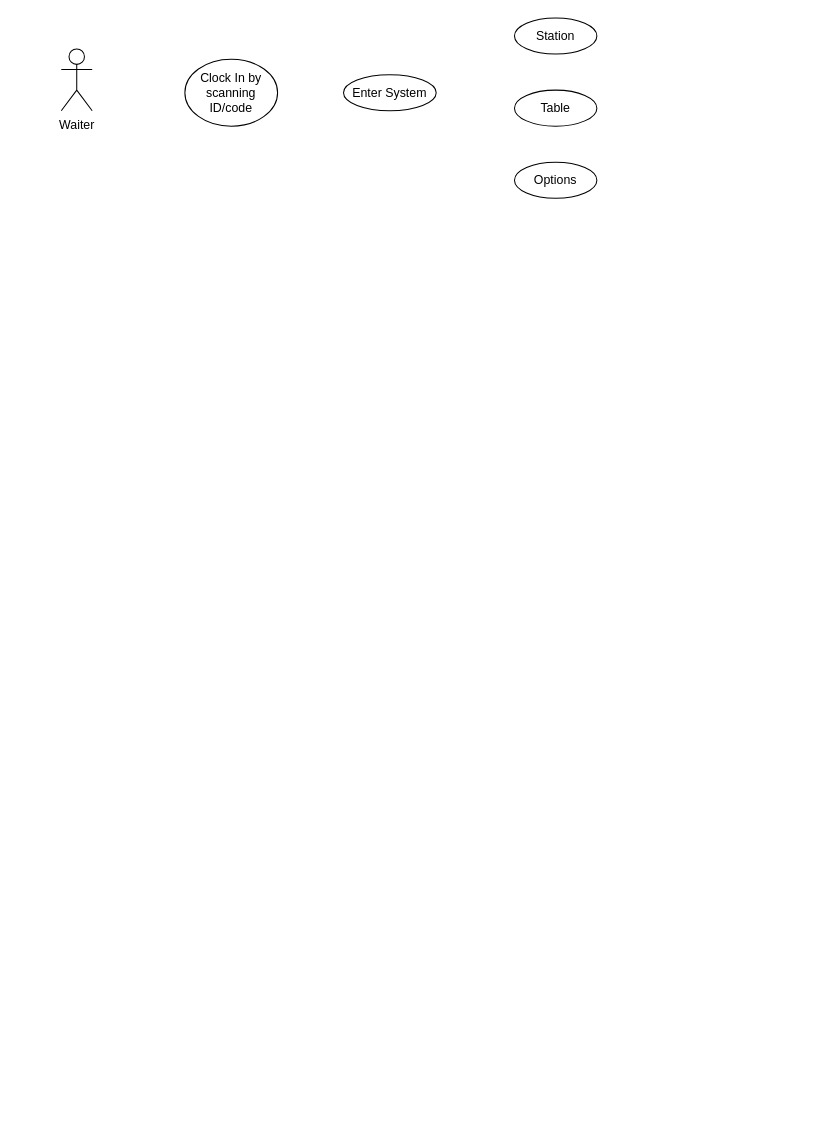
Above: POS Waiter.drawio in omar-mahin/omar-mahin (draw.io), before the change. Source tidied: cells renumbered, new cells numbered last; positions are measured from the earlier drawing's top-left corner, leaving out a move shared by most shapes. Both pictures are drawn from the tidied source at 103%, with x=0, y=0 at pixel (61, 18).
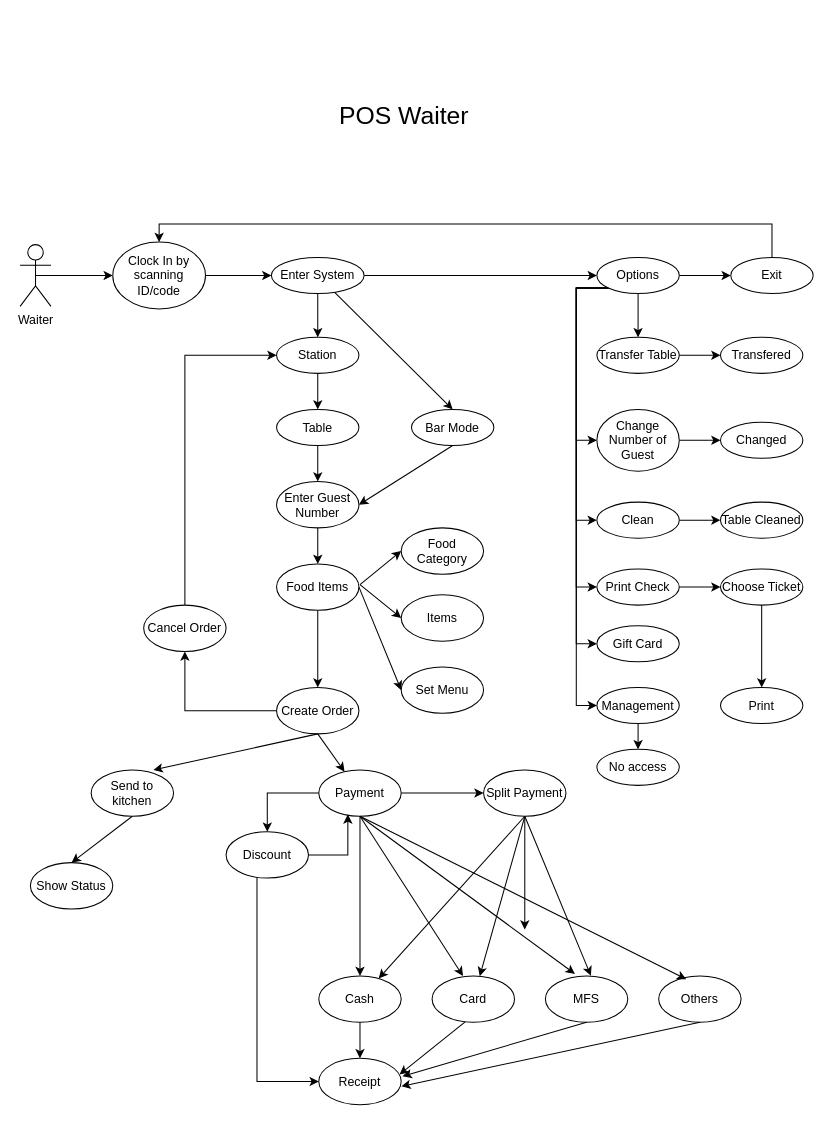
Above is the later version.

What changed in the source:
```diff
@@
+    <mxCell id="8" style="edgeStyle=orthogonalEdgeStyle;rounded=0;jettySize=auto;html=1;exitX=0.5;exitY=0.5;exitDx=0;exitDy=0;exitPerimeter=0;" parent="1" edge="1" source="2" target="3">
+      <mxGeometry relative="1" as="geometry" />
+    </mxCell>
     <mxCell id="2" value="Waiter" style="shape=umlActor;verticalLabelPosition=bottom;verticalAlign=top;html=1;outlineConnect=0;" parent="1" vertex="1">
-      <mxGeometry y="30" width="30" height="60" as="geometry" />
+      <mxGeometry x="-40" y="220" width="30" height="60" as="geometry" />
     </mxCell>
+    <mxCell id="9" style="edgeStyle=orthogonalEdgeStyle;rounded=0;jettySize=auto;html=1;" parent="1" edge="1" source="3" target="4">
+      <mxGeometry relative="1" as="geometry" />
+    </mxCell>
     <mxCell id="3" value="Clock In by scanning ID/code" style="ellipse;whiteSpace=wrap;html=1;" parent="1" vertex="1">
-      <mxGeometry x="120" y="40" width="90" height="65" as="geometry" />
+      <mxGeometry x="50" y="217.5" width="90" height="65" as="geometry" />
     </mxCell>
+    <mxCell id="10" style="edgeStyle=orthogonalEdgeStyle;rounded=0;jettySize=auto;html=1;entryX=0.5;entryY=0;entryDx=0;entryDy=0;" parent="1" edge="1" source="4" target="5">
+      <mxGeometry relative="1" as="geometry" />
+    </mxCell>
+    <mxCell id="11" style="edgeStyle=orthogonalEdgeStyle;rounded=0;jettySize=auto;html=1;entryX=0;entryY=0.5;entryDx=0;entryDy=0;" parent="1" edge="1" source="4" target="7">
+      <mxGeometry relative="1" as="geometry" />
+    </mxCell>
     <mxCell id="4" value="Enter System" style="ellipse;whiteSpace=wrap;html=1;" parent="1" vertex="1">
-      <mxGeometry x="274" y="55" width="90" height="35" as="geometry" />
+      <mxGeometry x="204" y="232.5" width="90" height="35" as="geometry" />
     </mxCell>
+    <mxCell id="12" style="edgeStyle=orthogonalEdgeStyle;rounded=0;jettySize=auto;html=1;entryX=0.5;entryY=0;entryDx=0;entryDy=0;" parent="1" edge="1" source="5" target="6">
+      <mxGeometry relative="1" as="geometry" />
+    </mxCell>
     <mxCell id="5" value="Station" style="ellipse;whiteSpace=wrap;html=1;" parent="1" vertex="1">
-      <mxGeometry x="440" width="80" height="35" as="geometry" />
+      <mxGeometry x="209" y="310" width="80" height="35" as="geometry" />
     </mxCell>
+    <mxCell id="13" style="edgeStyle=orthogonalEdgeStyle;rounded=0;jettySize=auto;html=1;entryX=0.5;entryY=0;entryDx=0;entryDy=0;" parent="1" edge="1" source="6" target="23">
+      <mxGeometry relative="1" as="geometry" />
+    </mxCell>
     <mxCell id="6" value="Table" style="ellipse;whiteSpace=wrap;html=1;" parent="1" vertex="1">
-      <mxGeometry x="440" y="70" width="80" height="35" as="geometry" />
+      <mxGeometry x="209" y="380" width="80" height="35" as="geometry" />
     </mxCell>
+    <mxCell id="14" style="edgeStyle=orthogonalEdgeStyle;rounded=0;jettySize=auto;html=1;" parent="1" edge="1" source="7" target="54">
+      <mxGeometry relative="1" as="geometry" />
+    </mxCell>
+    <mxCell id="15" style="edgeStyle=orthogonalEdgeStyle;rounded=0;jettySize=auto;html=1;" parent="1" edge="1" source="7" target="43">
+      <mxGeometry relative="1" as="geometry" />
+    </mxCell>
+    <mxCell id="16" style="edgeStyle=orthogonalEdgeStyle;rounded=0;jettySize=auto;html=1;exitX=0;exitY=1;exitDx=0;exitDy=0;entryX=0;entryY=0.5;entryDx=0;entryDy=0;" parent="1" edge="1" source="7" target="47">
+      <mxGeometry relative="1" as="geometry">
+        <Array as="points">
+          <mxPoint x="500" y="262" />
+          <mxPoint x="500" y="487" />
+        </Array>
+      </mxGeometry>
+    </mxCell>
+    <mxCell id="17" style="edgeStyle=orthogonalEdgeStyle;rounded=0;jettySize=auto;html=1;exitX=0;exitY=1;exitDx=0;exitDy=0;entryX=0;entryY=0.5;entryDx=0;entryDy=0;" parent="1" edge="1" source="7" target="49">
+      <mxGeometry relative="1" as="geometry">
+        <Array as="points">
+          <mxPoint x="500" y="262" />
+          <mxPoint x="500" y="553" />
+        </Array>
+      </mxGeometry>
+    </mxCell>
+    <mxCell id="18" style="edgeStyle=orthogonalEdgeStyle;rounded=0;jettySize=auto;html=1;exitX=0;exitY=1;exitDx=0;exitDy=0;entryX=0;entryY=0.5;entryDx=0;entryDy=0;" parent="1" edge="1" source="7" target="50">
+      <mxGeometry relative="1" as="geometry">
+        <Array as="points">
+          <mxPoint x="500" y="262" />
+          <mxPoint x="500" y="608" />
+        </Array>
+      </mxGeometry>
+    </mxCell>
+    <mxCell id="19" style="edgeStyle=orthogonalEdgeStyle;rounded=0;jettySize=auto;html=1;exitX=0;exitY=1;exitDx=0;exitDy=0;entryX=0;entryY=0.5;entryDx=0;entryDy=0;" parent="1" edge="1" source="7" target="52">
+      <mxGeometry relative="1" as="geometry">
+        <Array as="points">
+          <mxPoint x="500" y="262" />
+          <mxPoint x="500" y="668" />
+        </Array>
+      </mxGeometry>
+    </mxCell>
     <mxCell id="7" value="Options" style="ellipse;whiteSpace=wrap;html=1;" parent="1" vertex="1">
-      <mxGeometry x="440" y="140" width="80" height="35" as="geometry" />
+      <mxGeometry x="520" y="232.5" width="80" height="35" as="geometry" />
     </mxCell>
+    <mxCell id="20" style="edgeStyle=orthogonalEdgeStyle;rounded=0;jettySize=auto;html=1;entryX=0.5;entryY=0;entryDx=0;entryDy=0;" parent="1" edge="1" source="21" target="28">
+      <mxGeometry relative="1" as="geometry" />
+    </mxCell>
+    <mxCell id="21" value="Food Items" style="ellipse;whiteSpace=wrap;html=1;" parent="1" vertex="1">
+      <mxGeometry x="209" y="530" width="80" height="45" as="geometry" />
+    </mxCell>
+    <mxCell id="22" style="edgeStyle=orthogonalEdgeStyle;rounded=0;jettySize=auto;html=1;entryX=0.5;entryY=0;entryDx=0;entryDy=0;" parent="1" edge="1" source="23" target="21">
+      <mxGeometry relative="1" as="geometry" />
+    </mxCell>
+    <mxCell id="23" value="Enter Guest Number" style="ellipse;whiteSpace=wrap;html=1;" parent="1" vertex="1">
+      <mxGeometry x="209" y="450" width="80" height="45" as="geometry" />
+    </mxCell>
+    <mxCell id="24" value="Food Category" style="ellipse;whiteSpace=wrap;html=1;" parent="1" vertex="1">
+      <mxGeometry x="330" y="495" width="80" height="45" as="geometry" />
+    </mxCell>
+    <mxCell id="25" value="Items" style="ellipse;whiteSpace=wrap;html=1;" parent="1" vertex="1">
+      <mxGeometry x="330" y="560" width="80" height="45" as="geometry" />
+    </mxCell>
+    <mxCell id="26" value="Set Menu" style="ellipse;whiteSpace=wrap;html=1;" parent="1" vertex="1">
+      <mxGeometry x="330" y="630" width="80" height="45" as="geometry" />
+    </mxCell>
+    <mxCell id="27" style="edgeStyle=orthogonalEdgeStyle;rounded=0;jettySize=auto;html=1;entryX=0.5;entryY=1;entryDx=0;entryDy=0;" parent="1" edge="1" source="28" target="84">
+      <mxGeometry relative="1" as="geometry" />
+    </mxCell>
+    <mxCell id="28" value="Create Order" style="ellipse;whiteSpace=wrap;html=1;" parent="1" vertex="1">
+      <mxGeometry x="209" y="650" width="80" height="45" as="geometry" />
+    </mxCell>
+    <mxCell id="29" value="Send to kitchen" style="ellipse;whiteSpace=wrap;html=1;" parent="1" vertex="1">
+      <mxGeometry x="29" y="730" width="80" height="45" as="geometry" />
+    </mxCell>
+    <mxCell id="30" style="edgeStyle=orthogonalEdgeStyle;rounded=0;jettySize=auto;html=1;" parent="1" edge="1" source="33" target="40">
+      <mxGeometry relative="1" as="geometry" />
+    </mxCell>
+    <mxCell id="31" style="edgeStyle=orthogonalEdgeStyle;rounded=0;jettySize=auto;html=1;entryX=0.5;entryY=0;entryDx=0;entryDy=0;" parent="1" edge="1" source="33" target="35">
+      <mxGeometry relative="1" as="geometry" />
+    </mxCell>
+    <mxCell id="32" style="edgeStyle=orthogonalEdgeStyle;rounded=0;jettySize=auto;html=1;entryX=0.5;entryY=0;entryDx=0;entryDy=0;" parent="1" edge="1" source="33" target="86">
+      <mxGeometry relative="1" as="geometry" />
+    </mxCell>
+    <mxCell id="33" value="Payment" style="ellipse;whiteSpace=wrap;html=1;" parent="1" vertex="1">
+      <mxGeometry x="250" y="730" width="80" height="45" as="geometry" />
+    </mxCell>
+    <mxCell id="34" style="edgeStyle=orthogonalEdgeStyle;rounded=0;jettySize=auto;html=1;" parent="1" edge="1" source="35" target="39">
+      <mxGeometry relative="1" as="geometry" />
+    </mxCell>
+    <mxCell id="35" value="Cash" style="ellipse;whiteSpace=wrap;html=1;" parent="1" vertex="1">
+      <mxGeometry x="250" y="930" width="80" height="45" as="geometry" />
+    </mxCell>
+    <mxCell id="36" value="Card" style="ellipse;whiteSpace=wrap;html=1;" parent="1" vertex="1">
+      <mxGeometry x="360" y="930" width="80" height="45" as="geometry" />
+    </mxCell>
+    <mxCell id="37" value="MFS" style="ellipse;whiteSpace=wrap;html=1;" parent="1" vertex="1">
+      <mxGeometry x="470" y="930" width="80" height="45" as="geometry" />
+    </mxCell>
+    <mxCell id="38" value="Others" style="ellipse;whiteSpace=wrap;html=1;" parent="1" vertex="1">
+      <mxGeometry x="580" y="930" width="80" height="45" as="geometry" />
+    </mxCell>
+    <mxCell id="39" value="Receipt" style="ellipse;whiteSpace=wrap;html=1;" parent="1" vertex="1">
+      <mxGeometry x="250" y="1010" width="80" height="45" as="geometry" />
+    </mxCell>
+    <mxCell id="40" value="Split Payment" style="ellipse;whiteSpace=wrap;html=1;" parent="1" vertex="1">
+      <mxGeometry x="410" y="730" width="80" height="45" as="geometry" />
+    </mxCell>
+    <mxCell id="41" value="Bar Mode" style="ellipse;whiteSpace=wrap;html=1;" parent="1" vertex="1">
+      <mxGeometry x="340" y="380" width="80" height="35" as="geometry" />
+    </mxCell>
+    <mxCell id="42" style="edgeStyle=orthogonalEdgeStyle;rounded=0;jettySize=auto;html=1;exitX=1;exitY=0.5;exitDx=0;exitDy=0;entryX=0;entryY=0.5;entryDx=0;entryDy=0;" parent="1" edge="1" source="43" target="55">
+      <mxGeometry relative="1" as="geometry" />
+    </mxCell>
+    <mxCell id="43" value="Transfer Table" style="ellipse;whiteSpace=wrap;html=1;" parent="1" vertex="1">
+      <mxGeometry x="520" y="310" width="80" height="35" as="geometry" />
+    </mxCell>
+    <mxCell id="44" style="edgeStyle=orthogonalEdgeStyle;rounded=0;jettySize=auto;html=1;" parent="1" edge="1" source="45" target="56">
+      <mxGeometry relative="1" as="geometry" />
+    </mxCell>
+    <mxCell id="45" value="Change Number of Guest" style="ellipse;whiteSpace=wrap;html=1;" parent="1" vertex="1">
+      <mxGeometry x="520" y="380" width="80" height="60" as="geometry" />
+    </mxCell>
+    <mxCell id="46" style="edgeStyle=orthogonalEdgeStyle;rounded=0;jettySize=auto;html=1;entryX=0;entryY=0.5;entryDx=0;entryDy=0;" parent="1" edge="1" source="47" target="57">
+      <mxGeometry relative="1" as="geometry" />
+    </mxCell>
+    <mxCell id="47" value="Clean" style="ellipse;whiteSpace=wrap;html=1;" parent="1" vertex="1">
+      <mxGeometry x="520" y="470" width="80" height="35" as="geometry" />
+    </mxCell>
+    <mxCell id="48" style="edgeStyle=orthogonalEdgeStyle;rounded=0;jettySize=auto;html=1;" parent="1" edge="1" source="49" target="59">
+      <mxGeometry relative="1" as="geometry" />
+    </mxCell>
+    <mxCell id="49" value="Print Check" style="ellipse;whiteSpace=wrap;html=1;" parent="1" vertex="1">
+      <mxGeometry x="520" y="535" width="80" height="35" as="geometry" />
+    </mxCell>
+    <mxCell id="50" value="Gift Card" style="ellipse;whiteSpace=wrap;html=1;" parent="1" vertex="1">
+      <mxGeometry x="520" y="590" width="80" height="35" as="geometry" />
+    </mxCell>
+    <mxCell id="51" style="edgeStyle=orthogonalEdgeStyle;rounded=0;jettySize=auto;html=1;" parent="1" edge="1" source="52" target="81">
+      <mxGeometry relative="1" as="geometry" />
+    </mxCell>
+    <mxCell id="52" value="Management" style="ellipse;whiteSpace=wrap;html=1;" parent="1" vertex="1">
+      <mxGeometry x="520" y="650" width="80" height="35" as="geometry" />
+    </mxCell>
+    <mxCell id="53" style="edgeStyle=orthogonalEdgeStyle;rounded=0;jettySize=auto;html=1;entryX=0.5;entryY=0;entryDx=0;entryDy=0;" parent="1" edge="1" source="54" target="3">
+      <mxGeometry relative="1" as="geometry">
+        <Array as="points">
+          <mxPoint x="690" y="200" />
+          <mxPoint x="95" y="200" />
+        </Array>
+      </mxGeometry>
+    </mxCell>
+    <mxCell id="54" value="Exit" style="ellipse;whiteSpace=wrap;html=1;" parent="1" vertex="1">
+      <mxGeometry x="650" y="232.5" width="80" height="35" as="geometry" />
+    </mxCell>
+    <mxCell id="55" value="Transfered" style="ellipse;whiteSpace=wrap;html=1;" parent="1" vertex="1">
+      <mxGeometry x="640" y="310" width="80" height="35" as="geometry" />
+    </mxCell>
+    <mxCell id="56" value="Changed" style="ellipse;whiteSpace=wrap;html=1;" parent="1" vertex="1">
+      <mxGeometry x="640" y="392.5" width="80" height="35" as="geometry" />
+    </mxCell>
+    <mxCell id="57" value="Table Cleaned" style="ellipse;whiteSpace=wrap;html=1;" parent="1" vertex="1">
+      <mxGeometry x="640" y="470" width="80" height="35" as="geometry" />
+    </mxCell>
+    <mxCell id="58" style="edgeStyle=orthogonalEdgeStyle;rounded=0;jettySize=auto;html=1;entryX=0.5;entryY=0;entryDx=0;entryDy=0;" parent="1" edge="1" source="59" target="60">
+      <mxGeometry relative="1" as="geometry" />
+    </mxCell>
+    <mxCell id="59" value="Choose Ticket" style="ellipse;whiteSpace=wrap;html=1;" parent="1" vertex="1">
+      <mxGeometry x="640" y="535" width="80" height="35" as="geometry" />
+    </mxCell>
+    <mxCell id="60" value="Print" style="ellipse;whiteSpace=wrap;html=1;" parent="1" vertex="1">
+      <mxGeometry x="640" y="650" width="80" height="35" as="geometry" />
+    </mxCell>
+    <mxCell id="61" style="endArrow=classic;html=1;rounded=0;entryX=0.5;entryY=0;entryDx=0;entryDy=0;" parent="1" edge="1" source="4" target="41">
+      <mxGeometry relative="1" as="geometry" />
+    </mxCell>
+    <mxCell id="62" style="endArrow=classic;html=1;rounded=0;entryX=1;entryY=0.5;entryDx=0;entryDy=0;exitX=0.5;exitY=1;exitDx=0;exitDy=0;" parent="1" edge="1" source="41" target="23">
+      <mxGeometry relative="1" as="geometry" />
+    </mxCell>
+    <mxCell id="63" style="endArrow=classic;html=1;rounded=0;entryX=0;entryY=0.5;entryDx=0;entryDy=0;" parent="1" edge="1" target="24">
+      <mxGeometry relative="1" as="geometry">
+        <mxPoint x="290" y="550" as="sourcePoint" />
+      </mxGeometry>
+    </mxCell>
+    <mxCell id="64" style="endArrow=classic;html=1;rounded=0;entryX=0;entryY=0.5;entryDx=0;entryDy=0;" parent="1" edge="1" target="25">
+      <mxGeometry relative="1" as="geometry">
+        <mxPoint x="290" y="550" as="sourcePoint" />
+      </mxGeometry>
+    </mxCell>
+    <mxCell id="65" style="endArrow=classic;html=1;rounded=0;exitX=1;exitY=0.5;exitDx=0;exitDy=0;entryX=0;entryY=0.5;entryDx=0;entryDy=0;" parent="1" edge="1" source="21" target="26">
+      <mxGeometry relative="1" as="geometry" />
+    </mxCell>
+    <mxCell id="66" style="endArrow=classic;html=1;rounded=0;exitX=0.5;exitY=1;exitDx=0;exitDy=0;entryX=0.757;entryY=0;entryDx=0;entryDy=0;entryPerimeter=0;" parent="1" edge="1" source="28" target="29">
+      <mxGeometry relative="1" as="geometry" />
+    </mxCell>
+    <mxCell id="67" style="endArrow=classic;html=1;rounded=0;exitX=0.5;exitY=1;exitDx=0;exitDy=0;" parent="1" edge="1" source="28" target="33">
+      <mxGeometry relative="1" as="geometry" />
+    </mxCell>
+    <mxCell id="68" style="endArrow=classic;html=1;rounded=0;exitX=0.5;exitY=1;exitDx=0;exitDy=0;entryX=0.375;entryY=0;entryDx=0;entryDy=0;entryPerimeter=0;" parent="1" edge="1" source="33" target="36">
+      <mxGeometry relative="1" as="geometry" />
+    </mxCell>
+    <mxCell id="69" style="endArrow=classic;html=1;rounded=0;exitX=0.5;exitY=1;exitDx=0;exitDy=0;entryX=0.359;entryY=-0.044;entryDx=0;entryDy=0;entryPerimeter=0;" parent="1" edge="1" source="33" target="37">
+      <mxGeometry relative="1" as="geometry" />
+    </mxCell>
+    <mxCell id="70" style="endArrow=classic;html=1;rounded=0;exitX=0.5;exitY=1;exitDx=0;exitDy=0;entryX=0.334;entryY=0.07;entryDx=0;entryDy=0;entryPerimeter=0;" parent="1" edge="1" source="33" target="38">
+      <mxGeometry relative="1" as="geometry" />
+    </mxCell>
+    <mxCell id="71" style="endArrow=classic;html=1;rounded=0;exitX=0.5;exitY=1;exitDx=0;exitDy=0;" parent="1" edge="1" source="40" target="35">
+      <mxGeometry relative="1" as="geometry" />
+    </mxCell>
+    <mxCell id="72" style="endArrow=classic;html=1;rounded=0;exitX=0.5;exitY=1;exitDx=0;exitDy=0;" parent="1" edge="1" source="40" target="36">
+      <mxGeometry relative="1" as="geometry" />
+    </mxCell>
+    <mxCell id="73" style="endArrow=classic;html=1;rounded=0;exitX=0.5;exitY=1;exitDx=0;exitDy=0;entryX=0.552;entryY=-0.006;entryDx=0;entryDy=0;entryPerimeter=0;" parent="1" edge="1" source="40" target="37">
+      <mxGeometry relative="1" as="geometry" />
+    </mxCell>
+    <mxCell id="74" style="endArrow=classic;html=1;rounded=0;exitX=0.5;exitY=1;exitDx=0;exitDy=0;" parent="1" edge="1" source="40">
+      <mxGeometry relative="1" as="geometry">
+        <mxPoint x="450" y="885" as="targetPoint" />
+      </mxGeometry>
+    </mxCell>
+    <mxCell id="75" style="endArrow=classic;html=1;rounded=0;exitX=0.405;exitY=0.984;exitDx=0;exitDy=0;exitPerimeter=0;entryX=0.98;entryY=0.349;entryDx=0;entryDy=0;entryPerimeter=0;" parent="1" edge="1" source="36" target="39">
+      <mxGeometry relative="1" as="geometry" />
+    </mxCell>
+    <mxCell id="76" style="endArrow=classic;html=1;rounded=0;exitX=0.5;exitY=1;exitDx=0;exitDy=0;entryX=1.016;entryY=0.387;entryDx=0;entryDy=0;entryPerimeter=0;" parent="1" edge="1" source="37" target="39">
+      <mxGeometry relative="1" as="geometry" />
+    </mxCell>
+    <mxCell id="77" style="endArrow=classic;html=1;rounded=0;exitX=0.5;exitY=1;exitDx=0;exitDy=0;entryX=1.002;entryY=0.603;entryDx=0;entryDy=0;entryPerimeter=0;" parent="1" edge="1" source="38" target="39">
+      <mxGeometry relative="1" as="geometry" />
+    </mxCell>
+    <mxCell id="78" value="Show Status" style="ellipse;whiteSpace=wrap;html=1;" parent="1" vertex="1">
+      <mxGeometry x="-30" y="820" width="80" height="45" as="geometry" />
+    </mxCell>
+    <mxCell id="79" style="endArrow=classic;html=1;rounded=0;exitX=0.5;exitY=1;exitDx=0;exitDy=0;entryX=0.5;entryY=0;entryDx=0;entryDy=0;" parent="1" edge="1" source="29" target="78">
+      <mxGeometry relative="1" as="geometry" />
+    </mxCell>
+    <mxCell id="80" style="edgeStyle=orthogonalEdgeStyle;rounded=0;jettySize=auto;html=1;exitX=0;exitY=1;exitDx=0;exitDy=0;entryX=0;entryY=0.5;entryDx=0;entryDy=0;" parent="1" edge="1" source="7" target="45">
+      <mxGeometry relative="1" as="geometry">
+        <Array as="points">
+          <mxPoint x="500" y="262" />
+          <mxPoint x="500" y="410" />
+        </Array>
+      </mxGeometry>
+    </mxCell>
+    <mxCell id="81" value="No access" style="ellipse;whiteSpace=wrap;html=1;" parent="1" vertex="1">
+      <mxGeometry x="520" y="710" width="80" height="35" as="geometry" />
+    </mxCell>
+    <mxCell id="82" value="POS Waiter" style="text;html=1;align=center;verticalAlign=middle;whiteSpace=wrap;rounded=0;fontSize=24;" parent="1" vertex="1">
+      <mxGeometry x="225" y="80" width="216" height="30" as="geometry" />
+    </mxCell>
+    <mxCell id="83" style="edgeStyle=orthogonalEdgeStyle;rounded=0;jettySize=auto;html=1;entryX=0;entryY=0.5;entryDx=0;entryDy=0;" parent="1" edge="1" source="84" target="5">
+      <mxGeometry relative="1" as="geometry">
+        <Array as="points">
+          <mxPoint x="120" y="328" />
+        </Array>
+      </mxGeometry>
+    </mxCell>
+    <mxCell id="84" value="Cancel Order" style="ellipse;whiteSpace=wrap;html=1;" parent="1" vertex="1">
+      <mxGeometry x="80" y="570" width="80" height="45" as="geometry" />
+    </mxCell>
+    <mxCell id="85" style="edgeStyle=orthogonalEdgeStyle;rounded=0;jettySize=auto;html=1;entryX=0;entryY=0.5;entryDx=0;entryDy=0;" parent="1" edge="1" source="86" target="39">
+      <mxGeometry relative="1" as="geometry">
+        <Array as="points">
+          <mxPoint x="190" y="1033" />
+        </Array>
+      </mxGeometry>
+    </mxCell>
+    <mxCell id="86" value="Discount" style="ellipse;whiteSpace=wrap;html=1;" parent="1" vertex="1">
+      <mxGeometry x="160" y="790" width="80" height="45" as="geometry" />
+    </mxCell>
+    <mxCell id="87" style="edgeStyle=orthogonalEdgeStyle;rounded=0;jettySize=auto;html=1;entryX=0.353;entryY=0.959;entryDx=0;entryDy=0;entryPerimeter=0;" parent="1" edge="1" source="86" target="33">
+      <mxGeometry relative="1" as="geometry" />
+    </mxCell>
```
